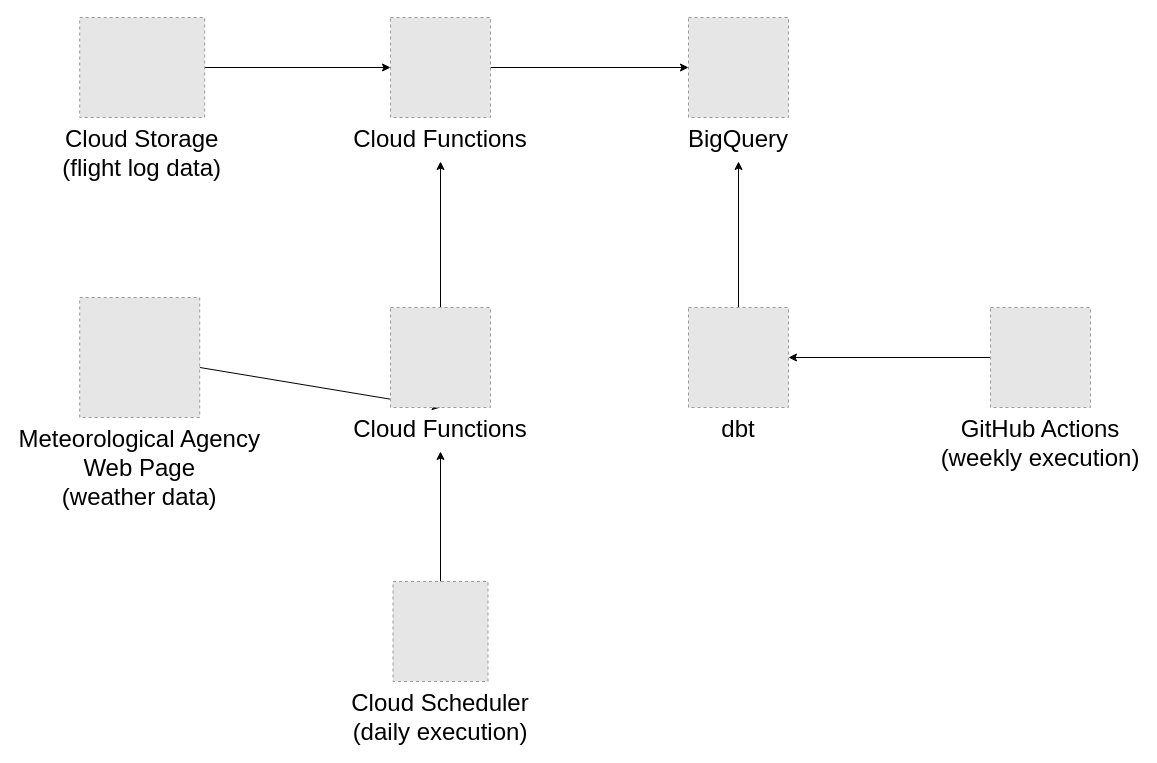
This is figures/architecture.drawio from mysuikabar/glider-data-infrastructure, a draw.io file, before an edit. Source tidied: cells renumbered, new cells numbered last; positions are measured from the earlier drawing's top-left corner, leaving out a move shared by most shapes. Both pictures are drawn from the tidied source at 100%, with x=0, y=0 at pixel (79, 17). Pictures stored in the file or linked from it are replaced by grey dashed boxes.
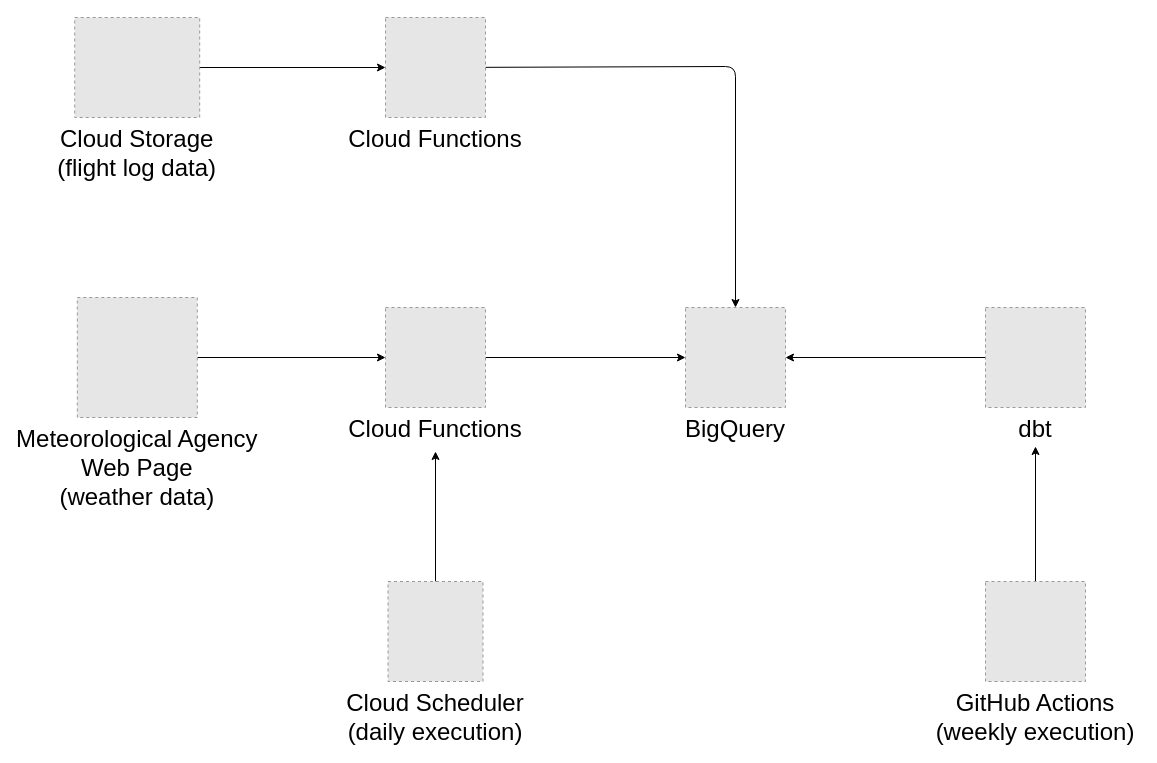
Above is the later version.

Commit message (it also covers changes not shown here):
fix: a figure of architecture

Diff of the diagram source:
```diff
@@
     <mxCell id="2" value="BigQuery" style="fillColor=#E6E6E6;strokeColor=#999999;dashed=1;verticalLabelPosition=bottom;labelBackgroundColor=none;verticalAlign=top;fontColor=#000000;fontSize=24;" parent="1" vertex="1">
-      <mxGeometry x="609" width="100" height="100" as="geometry" />
+      <mxGeometry x="606" y="290" width="100" height="100" as="geometry" />
     </mxCell>
-    <mxCell id="3" style="edgeStyle=none;html=1;entryX=0;entryY=0.5;entryDx=0;entryDy=0;fontSize=24;" parent="1" edge="1" source="4" target="2">
-      <mxGeometry relative="1" as="geometry" />
+    <mxCell id="3" style="edgeStyle=none;html=1;entryX=0.5;entryY=0;entryDx=0;entryDy=0;" parent="1" edge="1" source="4" target="2">
+      <mxGeometry relative="1" as="geometry">
+        <Array as="points">
+          <mxPoint x="656" y="49" />
+        </Array>
+      </mxGeometry>
     </mxCell>
     <mxCell id="4" value="Cloud Functions" style="fillColor=#E6E6E6;strokeColor=#999999;dashed=1;verticalLabelPosition=bottom;labelBackgroundColor=none;verticalAlign=top;fontSize=24;" parent="1" vertex="1">
-      <mxGeometry x="311" width="100" height="100" as="geometry" />
+      <mxGeometry x="306" width="100" height="100" as="geometry" />
     </mxCell>
-    <mxCell id="5" style="edgeStyle=none;html=1;fontSize=24;" parent="1" edge="1" source="14">
-      <mxGeometry relative="1" as="geometry">
-        <mxPoint x="361" y="144" as="targetPoint" />
-      </mxGeometry>
-    </mxCell>
@@
     <mxCell id="7" value="Cloud Storage&#10;(flight log data)" style="fillColor=#E6E6E6;strokeColor=#999999;dashed=1;verticalLabelPosition=bottom;labelBackgroundColor=none;verticalAlign=top;fontSize=24;" parent="1" vertex="1">
-      <mxGeometry x="0.2" width="125" height="100" as="geometry" />
+      <mxGeometry x="-4.8" width="125" height="100" as="geometry" />
     </mxCell>
-    <mxCell id="8" style="edgeStyle=none;html=1;fontSize=24;" parent="1" edge="1" source="9">
-      <mxGeometry relative="1" as="geometry">
-        <mxPoint x="659" y="144" as="targetPoint" />
-      </mxGeometry>
-    </mxCell>
+    <mxCell id="17" style="edgeStyle=none;html=1;entryX=1;entryY=0.5;entryDx=0;entryDy=0;" parent="1" edge="1" source="9" target="2">
+      <mxGeometry relative="1" as="geometry" />
+    </mxCell>
     <mxCell id="9" value="dbt" style="fillColor=#E6E6E6;strokeColor=#999999;dashed=1;verticalLabelPosition=bottom;labelBackgroundColor=none;verticalAlign=top;fontSize=24;" parent="1" vertex="1">
-      <mxGeometry x="609" y="290" width="100" height="100" as="geometry" />
+      <mxGeometry x="906" y="290" width="100" height="100" as="geometry" />
     </mxCell>
-    <mxCell id="10" style="edgeStyle=none;html=1;entryX=0.5;entryY=1;entryDx=0;entryDy=0;fontSize=24;" parent="1" edge="1" source="11" target="14">
+    <mxCell id="10" style="edgeStyle=none;html=1;entryX=0;entryY=0.5;entryDx=0;entryDy=0;fontSize=24;" parent="1" edge="1" source="11" target="14">
       <mxGeometry relative="1" as="geometry" />
     </mxCell>
     <mxCell id="11" value="Meteorological Agency&#10;Web Page&#10;(weather data)" style="fillColor=#E6E6E6;strokeColor=#999999;dashed=1;verticalLabelPosition=bottom;labelBackgroundColor=none;verticalAlign=top;fontSize=24;" parent="1" vertex="1">
-      <mxGeometry x="0.2" y="280" width="120" height="120" as="geometry" />
+      <mxGeometry x="-2.2" y="280" width="120" height="120" as="geometry" />
     </mxCell>
     <mxCell id="12" style="edgeStyle=none;html=1;fontSize=24;" parent="1" edge="1" source="13">
       <mxGeometry relative="1" as="geometry">
-        <mxPoint x="361" y="434" as="targetPoint" />
+        <mxPoint x="356" y="434" as="targetPoint" />
       </mxGeometry>
     </mxCell>
     <mxCell id="13" value="Cloud Scheduler&#10;(daily execution)" style="fillColor=#E6E6E6;strokeColor=#999999;dashed=1;verticalLabelPosition=bottom;labelBackgroundColor=none;verticalAlign=top;fontSize=24;" parent="1" vertex="1">
-      <mxGeometry x="313.5" y="564" width="95" height="100" as="geometry" />
+      <mxGeometry x="308.5" y="564" width="95" height="100" as="geometry" />
     </mxCell>
+    <mxCell id="18" style="edgeStyle=none;html=1;entryX=0;entryY=0.5;entryDx=0;entryDy=0;" parent="1" edge="1" target="2">
+      <mxGeometry relative="1" as="geometry">
+        <mxPoint x="406" y="340" as="sourcePoint" />
+      </mxGeometry>
+    </mxCell>
+    <mxCell id="19" style="edgeStyle=none;html=1;" parent="1" edge="1" source="16">
+      <mxGeometry relative="1" as="geometry">
+        <mxPoint x="956" y="429" as="targetPoint" />
+      </mxGeometry>
+    </mxCell>
+    <mxCell id="16" value="GitHub Actions&#10;(weekly execution)" style="fillColor=#E6E6E6;strokeColor=#999999;dashed=1;verticalLabelPosition=bottom;verticalAlign=top;labelBackgroundColor=none;fontSize=24;" parent="1" vertex="1">
+      <mxGeometry x="906" y="564" width="100" height="100" as="geometry" />
+    </mxCell>
     <mxCell id="14" value="Cloud Functions" style="fillColor=#E6E6E6;strokeColor=#999999;dashed=1;verticalLabelPosition=bottom;labelBackgroundColor=none;verticalAlign=top;fontSize=24;" parent="1" vertex="1">
-      <mxGeometry x="311" y="290" width="100" height="100" as="geometry" />
+      <mxGeometry x="306" y="290" width="100" height="100" as="geometry" />
     </mxCell>
-    <mxCell id="15" style="edgeStyle=none;html=1;entryX=1;entryY=0.5;entryDx=0;entryDy=0;fontSize=24;" parent="1" edge="1" source="16" target="9">
-      <mxGeometry relative="1" as="geometry" />
-    </mxCell>
-    <mxCell id="16" value="GitHub Actions&#10;(weekly execution)" style="fillColor=#E6E6E6;strokeColor=#999999;dashed=1;verticalLabelPosition=bottom;verticalAlign=top;labelBackgroundColor=none;fontSize=24;" parent="1" vertex="1">
-      <mxGeometry x="911" y="290" width="100" height="100" as="geometry" />
-    </mxCell>
```
